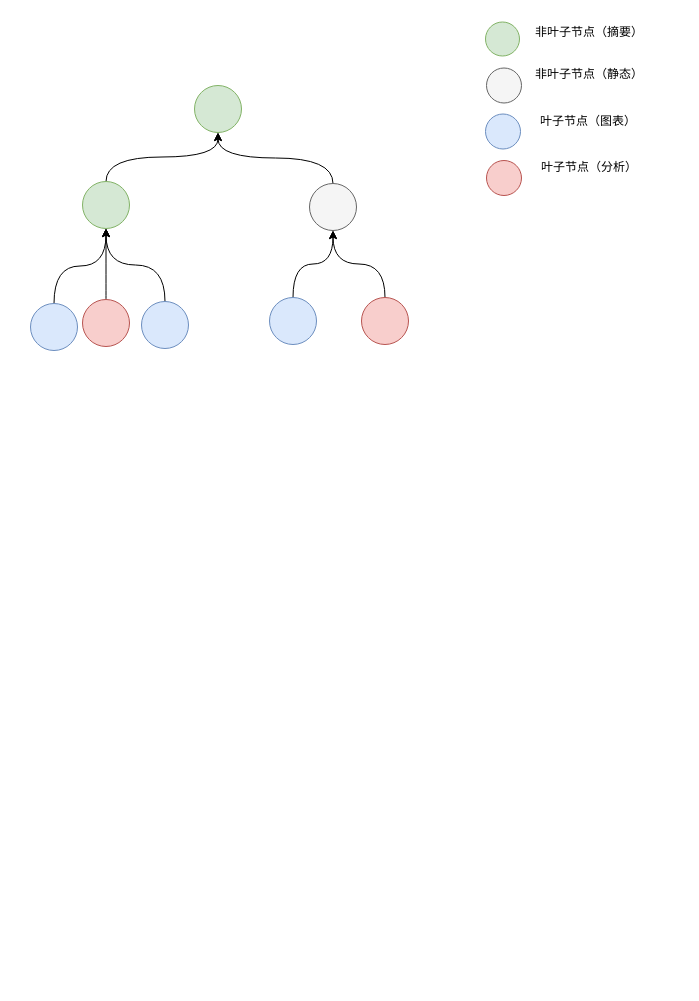
Earlier version of the draw.io diagram 专利.drawio (Wonderful23/algorithm). Source tidied: cells renumbered, new cells numbered last; positions are measured from the earlier drawing's top-left corner, leaving out a move shared by most shapes. Both pictures are drawn from the tidied source at 100%, with x=0, y=0 at pixel (30, 17). Pictures stored in the file or linked from it are replaced by grey dashed boxes.
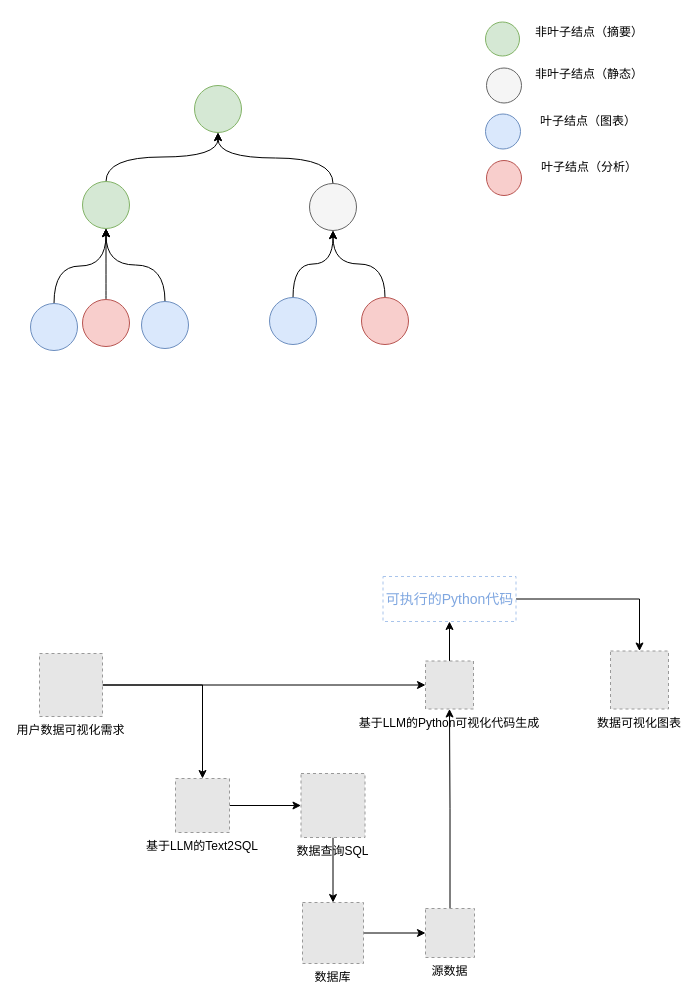
Above is the later version.

What changed in the source:
```diff
@@
-    <mxCell id="21" value="非叶子节点（摘要）" style="text;html=1;align=center;verticalAlign=middle;whiteSpace=wrap;rounded=0;" parent="1" vertex="1">
+    <mxCell id="21" value="非叶子结点（摘要）" style="text;html=1;align=center;verticalAlign=middle;whiteSpace=wrap;rounded=0;" parent="1" vertex="1">
       <mxGeometry x="504" width="110" height="30" as="geometry" />
     </mxCell>
-    <mxCell id="22" value="非叶子节点（静态）" style="text;html=1;align=center;verticalAlign=middle;whiteSpace=wrap;rounded=0;" parent="1" vertex="1">
+    <mxCell id="22" value="非叶子结点（静态）" style="text;html=1;align=center;verticalAlign=middle;whiteSpace=wrap;rounded=0;" parent="1" vertex="1">
       <mxGeometry x="504" y="42" width="110" height="30" as="geometry" />
     </mxCell>
-    <mxCell id="23" value="叶子节点（图表）" style="text;html=1;align=center;verticalAlign=middle;whiteSpace=wrap;rounded=0;" parent="1" vertex="1">
+    <mxCell id="23" value="叶子结点（图表）" style="text;html=1;align=center;verticalAlign=middle;whiteSpace=wrap;rounded=0;" parent="1" vertex="1">
       <mxGeometry x="503" y="89" width="110" height="30" as="geometry" />
     </mxCell>
-    <mxCell id="24" value="叶子节点（分析）" style="text;html=1;align=center;verticalAlign=middle;whiteSpace=wrap;rounded=0;" parent="1" vertex="1">
+    <mxCell id="24" value="叶子结点（分析）" style="text;html=1;align=center;verticalAlign=middle;whiteSpace=wrap;rounded=0;" parent="1" vertex="1">
       <mxGeometry x="504" y="135" width="110" height="30" as="geometry" />
     </mxCell>
+    <mxCell id="25" style="edgeStyle=orthogonalEdgeStyle;rounded=0;jettySize=auto;html=1;" parent="1" edge="1" source="27" target="31">
+      <mxGeometry relative="1" as="geometry" />
+    </mxCell>
+    <mxCell id="26" style="edgeStyle=orthogonalEdgeStyle;rounded=0;jettySize=auto;html=1;entryX=0;entryY=0.5;entryDx=0;entryDy=0;" parent="1" edge="1" source="27" target="37">
+      <mxGeometry relative="1" as="geometry" />
+    </mxCell>
+    <mxCell id="27" value="用户数据可视化需求" style="fillColor=#E6E6E6;strokeColor=#999999;dashed=1;verticalLabelPosition=bottom;verticalAlign=top;" parent="1" vertex="1">
+      <mxGeometry x="9" y="636" width="63" height="63" as="geometry" />
+    </mxCell>
+    <mxCell id="28" style="edgeStyle=orthogonalEdgeStyle;rounded=0;jettySize=auto;html=1;entryX=0;entryY=0.5;entryDx=0;entryDy=0;" parent="1" edge="1" source="29" target="35">
+      <mxGeometry relative="1" as="geometry" />
+    </mxCell>
+    <mxCell id="29" value="数据库" style="fillColor=#E6E6E6;strokeColor=#999999;dashed=1;verticalLabelPosition=bottom;verticalAlign=top;" parent="1" vertex="1">
+      <mxGeometry x="272" y="885" width="61" height="61" as="geometry" />
+    </mxCell>
+    <mxCell id="30" style="edgeStyle=orthogonalEdgeStyle;rounded=0;jettySize=auto;html=1;" parent="1" edge="1" source="31" target="33">
+      <mxGeometry relative="1" as="geometry" />
+    </mxCell>
+    <mxCell id="31" value="基于LLM的Text2SQL" style="fillColor=#E6E6E6;strokeColor=#999999;dashed=1;verticalLabelPosition=bottom;verticalAlign=top;" parent="1" vertex="1">
+      <mxGeometry x="145" y="761" width="54" height="54" as="geometry" />
+    </mxCell>
+    <mxCell id="32" style="edgeStyle=orthogonalEdgeStyle;rounded=0;jettySize=auto;html=1;" parent="1" edge="1" source="33" target="29">
+      <mxGeometry relative="1" as="geometry" />
+    </mxCell>
+    <mxCell id="33" value="数据查询SQL" style="fillColor=#E6E6E6;strokeColor=#999999;dashed=1;verticalLabelPosition=bottom;verticalAlign=top;" parent="1" vertex="1">
+      <mxGeometry x="270.5" y="756" width="64" height="64" as="geometry" />
+    </mxCell>
+    <mxCell id="34" style="edgeStyle=orthogonalEdgeStyle;rounded=0;jettySize=auto;html=1;entryX=0.5;entryY=1;entryDx=0;entryDy=0;" parent="1" edge="1" source="35" target="37">
+      <mxGeometry relative="1" as="geometry" />
+    </mxCell>
+    <mxCell id="35" value="源数据" style="fillColor=#E6E6E6;strokeColor=#999999;dashed=1;verticalLabelPosition=bottom;verticalAlign=top;" parent="1" vertex="1">
+      <mxGeometry x="395" y="891" width="49" height="49" as="geometry" />
+    </mxCell>
+    <mxCell id="36" style="edgeStyle=orthogonalEdgeStyle;rounded=0;jettySize=auto;html=1;entryX=0.5;entryY=1;entryDx=0;entryDy=0;" parent="1" edge="1" source="37" target="40">
+      <mxGeometry relative="1" as="geometry" />
+    </mxCell>
+    <mxCell id="37" value="基于LLM的Python可视化代码生成" style="fillColor=#E6E6E6;strokeColor=#999999;dashed=1;verticalLabelPosition=bottom;verticalAlign=top;" parent="1" vertex="1">
+      <mxGeometry x="395" y="643.5" width="48" height="48" as="geometry" />
+    </mxCell>
+    <mxCell id="38" value="数据可视化图表" style="fillColor=#E6E6E6;strokeColor=#999999;dashed=1;verticalLabelPosition=bottom;verticalAlign=top;" parent="1" vertex="1">
+      <mxGeometry x="580" y="633.5" width="58" height="58" as="geometry" />
+    </mxCell>
+    <mxCell id="39" style="edgeStyle=orthogonalEdgeStyle;rounded=0;jettySize=auto;html=1;entryX=0.5;entryY=0;entryDx=0;entryDy=0;" parent="1" edge="1" source="40" target="38">
+      <mxGeometry relative="1" as="geometry" />
+    </mxCell>
+    <mxCell id="40" value="&lt;font color=&quot;#7ea6e0&quot;&gt;&lt;span style=&quot;font-size: 14px;&quot;&gt;可执行的Python代码&lt;/span&gt;&lt;/font&gt;" style="text;html=1;align=center;verticalAlign=middle;whiteSpace=wrap;rounded=0;dashed=1;strokeColor=#A9C4EB;" parent="1" vertex="1">
+      <mxGeometry x="352.5" y="559" width="133" height="45" as="geometry" />
+    </mxCell>
```
